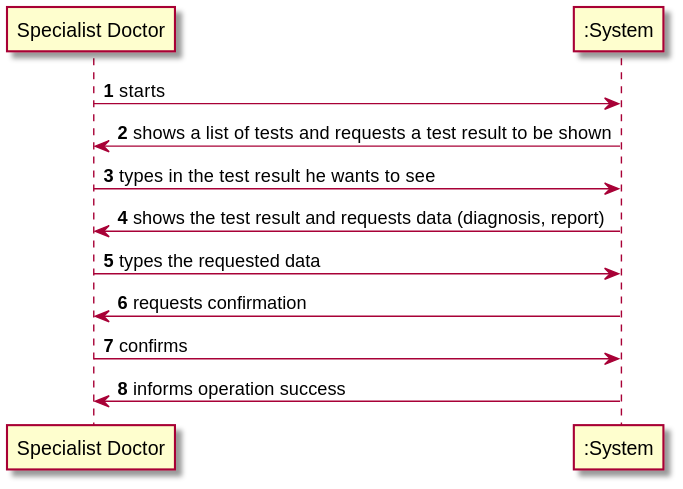
Earlier version of the PlantUML export docs/SprintC/US14/US14_SSD.svg (MadDinosaur/ISEP-LAPR2). Its diagram source:
```plantuml
@startuml

autonumber

"Specialist Doctor" -> ":System": starts
":System" -> "Specialist Doctor": shows a list of tests and requests a test result to be shown
"Specialist Doctor" -> ":System": types in the test result he wants to see
":System" -> "Specialist Doctor": shows the test result and requests data (diagnosis, report)
"Specialist Doctor" -> ":System": types the requested data
":System" -> "Specialist Doctor": requests confirmation
"Specialist Doctor" -> ":System": confirms
":System" -> "Specialist Doctor": informs operation success
@enduml
```
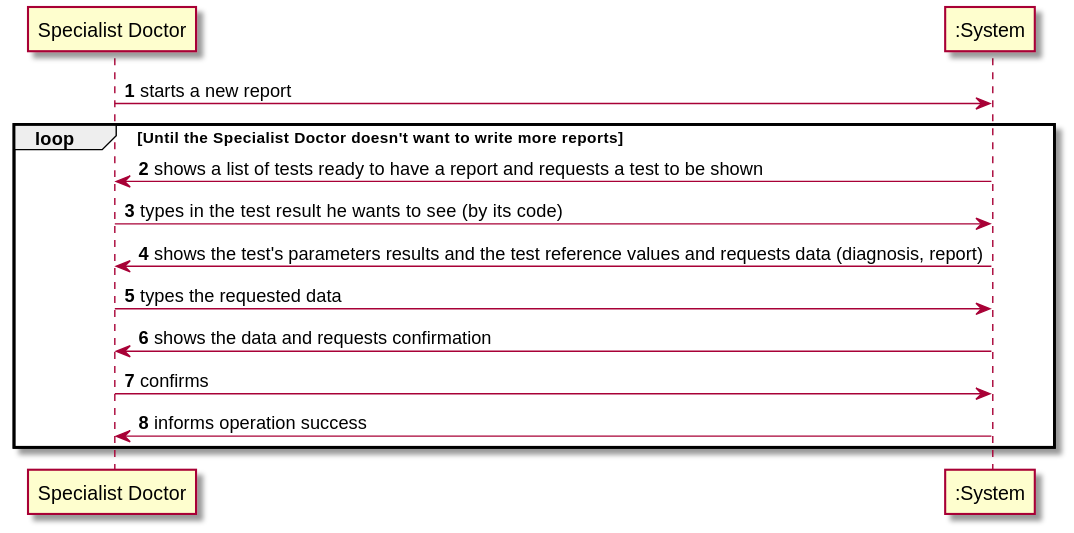
Above is the later version.

Diff of the diagram source:
```diff
@@ -2,12 +2,14 @@
 
 autonumber
 
-"Specialist Doctor" -> ":System": starts
-":System" -> "Specialist Doctor": shows a list of tests and requests a test result to be shown
-"Specialist Doctor" -> ":System": types in the test result he wants to see
-":System" -> "Specialist Doctor": shows the test result and requests data (diagnosis, report)
+"Specialist Doctor" -> ":System": starts a new report
+loop Until the Specialist Doctor doesn't want to write more reports
+":System" -> "Specialist Doctor": shows a list of tests ready to have a report and requests a test to be shown
+"Specialist Doctor" -> ":System": types in the test result he wants to see (by its code)
+":System" -> "Specialist Doctor": shows the test's parameters results and the test reference values and requests data (diagnosis, report)
 "Specialist Doctor" -> ":System": types the requested data
-":System" -> "Specialist Doctor": requests confirmation
+":System" -> "Specialist Doctor": shows the data and requests confirmation
 "Specialist Doctor" -> ":System": confirms
 ":System" -> "Specialist Doctor": informs operation success
+end loop
 @enduml
```
